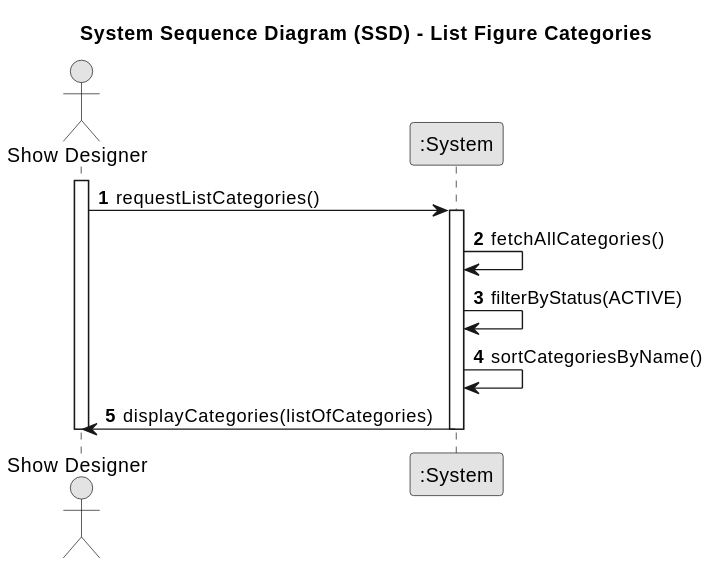
SAEmanuel/Shodrone_ISEP keeps this PlantUML diagram as docs/planning/sprint2/EAPLI/US247 - List figure categories/01.requirements-engineering/svg/us247-system-sequence-diagram.svg. Above is the earlier version. Source of this version:
```plantuml
@startuml
skinparam monochrome true
skinparam packageStyle rectangle
skinparam shadowing false

title System Sequence Diagram (SSD) - List Figure Categories

autonumber

actor "Show Designer" as SD
participant ":System" as System

activate SD

SD -> System: requestListCategories()
activate System

System -> System: fetchAllCategories()
System -> System: filterByStatus(ACTIVE)
System -> System: sortCategoriesByName()
System -> SD: displayCategories(listOfCategories)

deactivate System
deactivate SD
@enduml
```
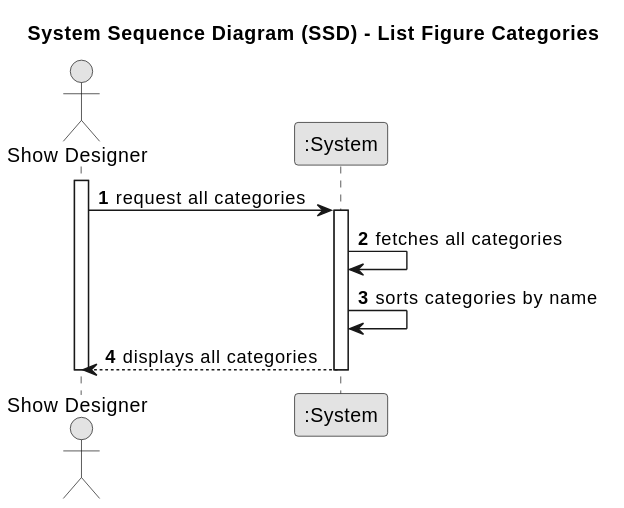
After the change.

What changed in the source:
```diff
@@ -12,13 +12,14 @@
 
 activate SD
 
-SD -> System: requestListCategories()
+SD -> System: request all categories
 activate System
 
-System -> System: fetchAllCategories()
-System -> System: filterByStatus(ACTIVE)
-System -> System: sortCategoriesByName()
-System -> SD: displayCategories(listOfCategories)
+System -> System: fetches all categories
+
+System -> System: sorts categories by name
+
+System --> SD: displays all categories
 
 deactivate System
 deactivate SD
```
